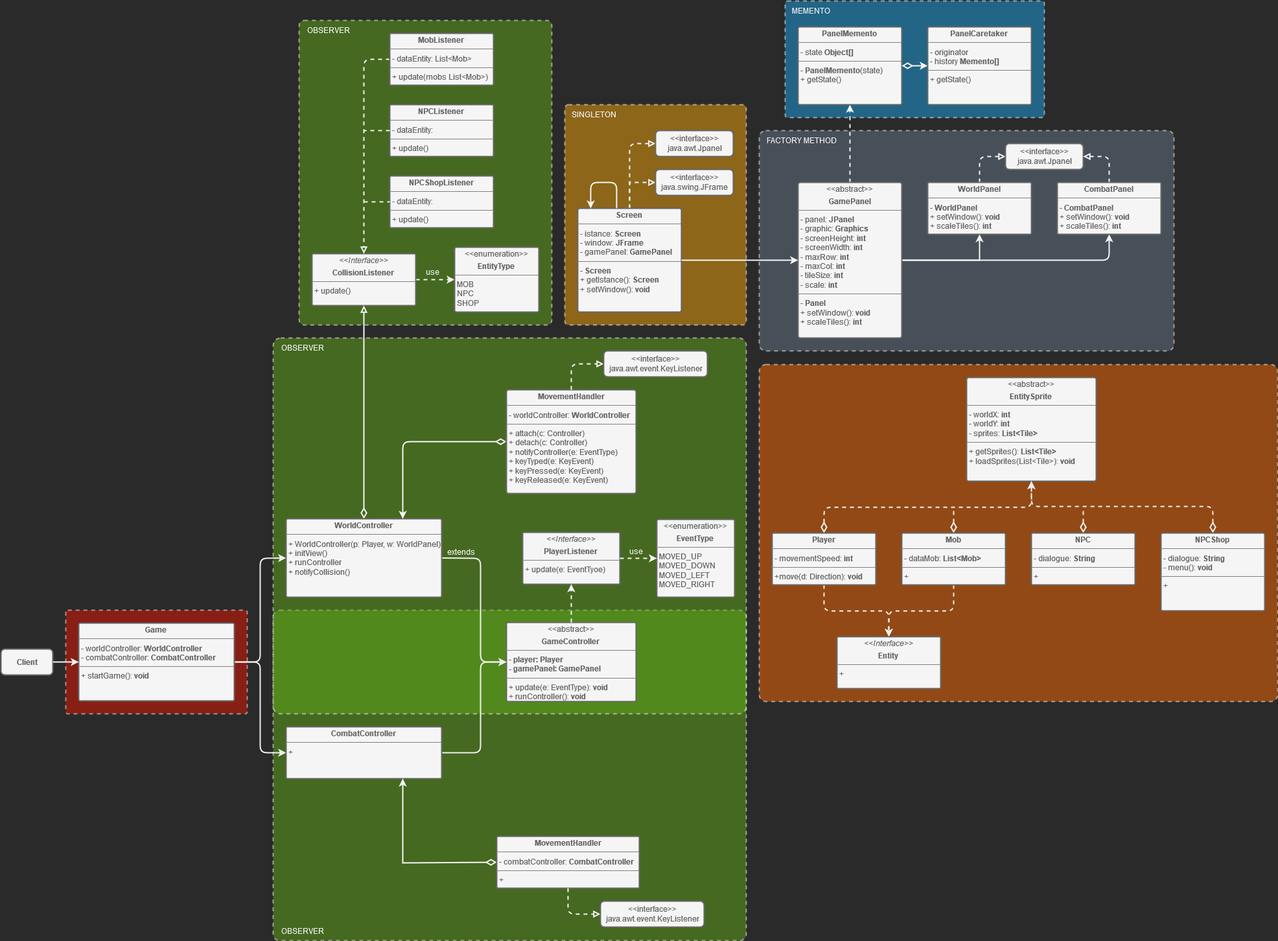
Above: docs/diagrams/Andrea/pattern.drawio.png in weiss25r/Progetto-ISS-2022-2023 (draw.io), before the change. Source tidied: cells renumbered, new cells last; positions are measured from the earlier drawing's top-left corner, leaving out a move shared by most shapes.
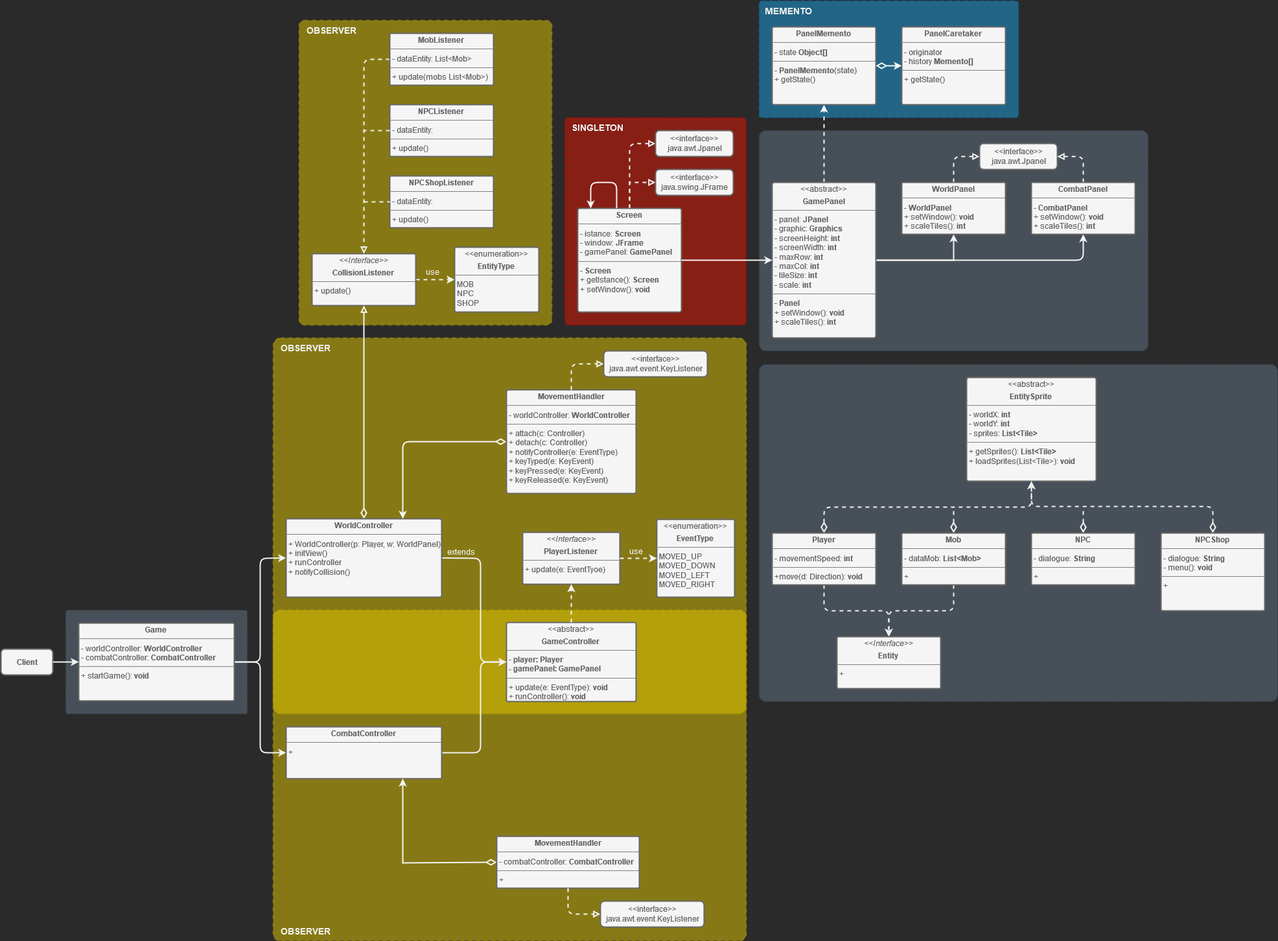
The same file after the commit.

What changed in the source:
```diff
@@ -2,29 +2,29 @@
   <root>
     <mxCell id="0" />
     <mxCell id="1" parent="0" />
-    <mxCell id="2" style="rounded=1;whiteSpace=wrap;html=1;strokeColor=#FFFFFF;strokeWidth=2;arcSize=2;fillColor=#60a917;dashed=1;opacity=50;fontColor=#ffffff;" parent="1" vertex="1">
+    <mxCell id="2" style="rounded=1;whiteSpace=wrap;html=1;strokeColor=#B09500;strokeWidth=2;arcSize=2;fillColor=#e3c800;dashed=1;opacity=50;fontColor=#000000;" parent="1" vertex="1">
       <mxGeometry x="420" y="940" width="730" height="510" as="geometry" />
     </mxCell>
-    <mxCell id="3" style="rounded=1;whiteSpace=wrap;html=1;strokeColor=#FFFFFF;strokeWidth=2;arcSize=2;fillColor=#60a917;dashed=1;opacity=50;fontColor=#ffffff;" parent="1" vertex="1">
+    <mxCell id="3" style="rounded=1;whiteSpace=wrap;html=1;strokeColor=#B09500;strokeWidth=2;arcSize=2;fillColor=#e3c800;dashed=1;opacity=50;fontColor=#000000;" parent="1" vertex="1">
       <mxGeometry x="460" y="30" width="390" height="470" as="geometry" />
     </mxCell>
-    <mxCell id="4" style="rounded=1;whiteSpace=wrap;html=1;strokeColor=#FFFFFF;strokeWidth=2;arcSize=2;fillColor=#60a917;dashed=1;opacity=50;fontColor=#ffffff;" parent="1" vertex="1">
+    <mxCell id="4" style="rounded=1;whiteSpace=wrap;html=1;strokeColor=#B09500;strokeWidth=2;arcSize=2;fillColor=#e3c800;dashed=1;opacity=50;fontColor=#000000;" parent="1" vertex="1">
       <mxGeometry x="420" y="520" width="730" height="580" as="geometry" />
     </mxCell>
-    <mxCell id="5" style="rounded=1;whiteSpace=wrap;html=1;strokeColor=#FFFFFF;strokeWidth=2;arcSize=2;fillColor=#fa6800;dashed=1;opacity=50;fontColor=#000000;" parent="1" vertex="1">
+    <mxCell id="5" style="rounded=1;whiteSpace=wrap;html=1;strokeColor=#314354;strokeWidth=2;arcSize=2;fillColor=#647687;dashed=1;opacity=50;fontColor=#ffffff;" parent="1" vertex="1">
       <mxGeometry x="1170" y="561" width="800" height="520" as="geometry" />
     </mxCell>
-    <mxCell id="6" style="rounded=1;whiteSpace=wrap;html=1;strokeColor=#FFFFFF;strokeWidth=2;arcSize=2;fillColor=#1ba1e2;dashed=1;opacity=50;fontColor=#ffffff;" parent="1" vertex="1">
-      <mxGeometry x="1210" width="400" height="180" as="geometry" />
+    <mxCell id="6" style="rounded=1;whiteSpace=wrap;html=1;strokeColor=#006EAF;strokeWidth=2;arcSize=2;fillColor=#1ba1e2;dashed=1;opacity=50;fontColor=#ffffff;" parent="1" vertex="1">
+      <mxGeometry x="1170" width="400" height="180" as="geometry" />
     </mxCell>
-    <mxCell id="7" style="rounded=1;whiteSpace=wrap;html=1;strokeColor=#FFFFFF;strokeWidth=2;arcSize=2;fillColor=#e51400;dashed=1;opacity=50;fontColor=#ffffff;" parent="1" vertex="1">
+    <mxCell id="7" style="rounded=1;whiteSpace=wrap;html=1;strokeColor=#314354;strokeWidth=2;arcSize=2;fillColor=#647687;dashed=1;opacity=50;fontColor=#ffffff;" parent="1" vertex="1">
       <mxGeometry x="100" y="940" width="280" height="160" as="geometry" />
     </mxCell>
-    <mxCell id="8" style="rounded=1;whiteSpace=wrap;html=1;strokeColor=#FFFFFF;strokeWidth=2;arcSize=3;fillColor=#647687;dashed=1;opacity=50;fontColor=#ffffff;" parent="1" vertex="1">
-      <mxGeometry x="1170" y="200" width="640" height="340" as="geometry" />
+    <mxCell id="8" style="rounded=1;whiteSpace=wrap;html=1;strokeColor=#314354;strokeWidth=2;arcSize=3;fillColor=#647687;dashed=1;opacity=50;fontColor=#ffffff;" parent="1" vertex="1">
+      <mxGeometry x="1170" y="200" width="600" height="340" as="geometry" />
     </mxCell>
-    <mxCell id="9" style="rounded=1;whiteSpace=wrap;html=1;strokeColor=#FFFFFF;strokeWidth=2;arcSize=2;fillColor=#f0a30a;dashed=1;opacity=50;fontColor=#000000;" parent="1" vertex="1">
-      <mxGeometry x="870" y="160" width="280" height="340" as="geometry" />
+    <mxCell id="9" style="rounded=1;whiteSpace=wrap;html=1;strokeColor=#B20000;strokeWidth=2;arcSize=2;fillColor=#e51400;dashed=1;opacity=50;fontColor=#ffffff;" parent="1" vertex="1">
+      <mxGeometry x="870" y="180" width="280" height="320" as="geometry" />
     </mxCell>
     <mxCell id="10" style="edgeStyle=none;rounded=0;jettySize=auto;html=1;exitX=1;exitY=0.5;exitDx=0;exitDy=0;entryX=0;entryY=0.5;entryDx=0;entryDy=0;dashed=1;endArrow=classic;endFill=1;strokeColor=#F5F5F5;strokeWidth=2;startArrow=none;" parent="1" edge="1" source="11" target="52">
       <mxGeometry relative="1" as="geometry" />
@@ -104,34 +104,34 @@
       <mxGeometry relative="1" as="geometry" />
     </mxCell>
     <mxCell id="30" value="&lt;p style=&quot;margin:0px;margin-top:4px;text-align:center;&quot;&gt;&lt;b&gt;WorldPanel&lt;br&gt;&lt;/b&gt;&lt;/p&gt;&lt;hr size=&quot;1&quot;&gt;&lt;p style=&quot;margin:0px;margin-left:4px;&quot;&gt;- &lt;b&gt;WorldPanel&lt;/b&gt;&lt;/p&gt;&lt;p style=&quot;margin:0px;margin-left:4px;&quot;&gt;+&lt;b&gt; &lt;/b&gt;setWindow(): &lt;b&gt;void&lt;br&gt;&lt;/b&gt;&lt;/p&gt;&lt;p style=&quot;margin:0px;margin-left:4px;&quot;&gt;+ scaleTiles(): &lt;b&gt;int&lt;/b&gt;&lt;/p&gt;" style="verticalAlign=top;align=left;overflow=fill;fontSize=12;fontFamily=Helvetica;html=1;rounded=1;arcSize=2;strokeWidth=2;fillColor=#f5f5f5;fontColor=#666666;strokeColor=#666666;labelBorderColor=none;labelBackgroundColor=none;perimeterSpacing=0;" parent="1" vertex="1">
-      <mxGeometry x="1430" y="280" width="160" height="80" as="geometry" />
+      <mxGeometry x="1390" y="280" width="160" height="80" as="geometry" />
     </mxCell>
     <mxCell id="31" value="&lt;div&gt;&lt;font color=&quot;#666666&quot;&gt;&amp;lt;&amp;lt;interface&amp;gt;&amp;gt;&lt;/font&gt;&lt;/div&gt;&lt;div&gt;&lt;font color=&quot;#666666&quot;&gt;java.awt.Jpanel&lt;/font&gt;&lt;/div&gt;" style="html=1;strokeWidth=2;strokeColor=#666666;rounded=1;fillColor=#F5F5F5;" parent="1" vertex="1">
-      <mxGeometry x="1550" y="220" width="120" height="40" as="geometry" />
+      <mxGeometry x="1510" y="220" width="120" height="40" as="geometry" />
     </mxCell>
     <mxCell id="32" style="edgeStyle=orthogonalEdgeStyle;rounded=0;jettySize=auto;html=1;exitX=0.5;exitY=0;exitDx=0;exitDy=0;strokeColor=#F5F5F5;strokeWidth=2;fontColor=#666666;startArrow=none;startFill=0;endArrow=classic;endFill=1;startSize=12;dashed=1;entryX=0.5;entryY=1;entryDx=0;entryDy=0;" parent="1" edge="1" source="33" target="37">
       <mxGeometry relative="1" as="geometry" />
     </mxCell>
     <mxCell id="33" value="&lt;p style=&quot;margin:0px;margin-top:4px;text-align:center;&quot;&gt;&amp;lt;&amp;lt;abstract&amp;gt;&amp;gt;&lt;br&gt;&lt;/p&gt;&lt;p style=&quot;margin:0px;margin-top:4px;text-align:center;&quot;&gt;&lt;b&gt;GamePanel&lt;/b&gt;&lt;/p&gt;&lt;hr size=&quot;1&quot;&gt;&lt;p style=&quot;margin: 0px 0px 0px 4px;&quot;&gt;- panel:&amp;nbsp;&lt;b&gt;JPanel&lt;/b&gt;&lt;b&gt;&lt;/b&gt;&lt;/p&gt;&lt;p style=&quot;margin: 0px 0px 0px 4px;&quot;&gt;- graphic:&lt;b&gt;&amp;nbsp;Graphics&lt;br&gt;&lt;/b&gt;&lt;/p&gt;&lt;p style=&quot;margin: 0px 0px 0px 4px;&quot;&gt;- screenHeight:&amp;nbsp;&lt;b&gt;int&lt;/b&gt;&lt;/p&gt;&lt;p style=&quot;margin: 0px 0px 0px 4px;&quot;&gt;- screenWidth:&amp;nbsp;&lt;b&gt;int&lt;/b&gt;&lt;/p&gt;&lt;p style=&quot;margin: 0px 0px 0px 4px;&quot;&gt;- maxRow:&amp;nbsp;&lt;b&gt;int&lt;/b&gt;&lt;br&gt;&lt;/p&gt;&lt;p style=&quot;margin: 0px 0px 0px 4px;&quot;&gt;- maxCol:&amp;nbsp;&lt;b&gt;int&lt;/b&gt;&lt;/p&gt;&lt;p style=&quot;margin: 0px 0px 0px 4px;&quot;&gt;- tileSize:&amp;nbsp;&lt;b&gt;int&lt;/b&gt;&lt;/p&gt;&lt;p style=&quot;margin: 0px 0px 0px 4px;&quot;&gt;- scale:&amp;nbsp;&lt;b&gt;int&lt;/b&gt;&lt;/p&gt;&lt;hr size=&quot;1&quot;&gt;&lt;p style=&quot;margin:0px;margin-left:4px;&quot;&gt;- &lt;b&gt;Panel&lt;/b&gt;&lt;/p&gt;&lt;p style=&quot;margin:0px;margin-left:4px;&quot;&gt;+&lt;b&gt; &lt;/b&gt;setWindow(): &lt;b&gt;void&lt;br&gt;&lt;/b&gt;&lt;/p&gt;&lt;p style=&quot;margin:0px;margin-left:4px;&quot;&gt;+ scaleTiles(): &lt;b&gt;int&lt;/b&gt;&lt;/p&gt;" style="verticalAlign=top;align=left;overflow=fill;fontSize=12;fontFamily=Helvetica;html=1;rounded=1;arcSize=2;strokeWidth=2;fillColor=#f5f5f5;fontColor=#666666;strokeColor=#666666;labelBorderColor=none;labelBackgroundColor=none;perimeterSpacing=0;" parent="1" vertex="1">
-      <mxGeometry x="1230" y="280" width="160" height="240" as="geometry" />
+      <mxGeometry x="1190" y="280" width="160" height="240" as="geometry" />
     </mxCell>
     <mxCell id="34" style="edgeStyle=orthogonalEdgeStyle;rounded=1;jettySize=auto;html=1;exitX=0.5;exitY=0;exitDx=0;exitDy=0;entryX=1;entryY=0.5;entryDx=0;entryDy=0;strokeColor=#F5F5F5;strokeWidth=2;fontColor=#666666;endArrow=block;endFill=0;dashed=1;" parent="1" edge="1" source="35" target="31">
       <mxGeometry relative="1" as="geometry" />
     </mxCell>
     <mxCell id="35" value="&lt;p style=&quot;margin:0px;margin-top:4px;text-align:center;&quot;&gt;&lt;b style=&quot;text-align: left;&quot;&gt;CombatPanel&lt;/b&gt;&lt;b&gt;&lt;br&gt;&lt;/b&gt;&lt;/p&gt;&lt;hr size=&quot;1&quot;&gt;&lt;p style=&quot;margin:0px;margin-left:4px;&quot;&gt;- &lt;b&gt;CombatPanel&lt;/b&gt;&lt;/p&gt;&lt;p style=&quot;margin:0px;margin-left:4px;&quot;&gt;+&lt;b&gt; &lt;/b&gt;setWindow(): &lt;b&gt;void&lt;br&gt;&lt;/b&gt;&lt;/p&gt;&lt;p style=&quot;margin:0px;margin-left:4px;&quot;&gt;+ scaleTiles(): &lt;b&gt;int&lt;/b&gt;&lt;/p&gt;" style="verticalAlign=top;align=left;overflow=fill;fontSize=12;fontFamily=Helvetica;html=1;rounded=1;arcSize=2;strokeWidth=2;fillColor=#f5f5f5;fontColor=#666666;strokeColor=#666666;labelBorderColor=none;labelBackgroundColor=none;perimeterSpacing=0;" parent="1" vertex="1">
-      <mxGeometry x="1630" y="280" width="160" height="80" as="geometry" />
+      <mxGeometry x="1590" y="280" width="160" height="80" as="geometry" />
     </mxCell>
     <mxCell id="36" style="endArrow=classic;html=1;rounded=1;strokeColor=#F5F5F5;strokeWidth=2;fontColor=#666666;entryX=0;entryY=0.5;entryDx=0;entryDy=0;exitX=1;exitY=0.5;exitDx=0;exitDy=0;" parent="1" edge="1" source="24" target="33">
       <mxGeometry relative="1" as="geometry" />
     </mxCell>
     <mxCell id="37" value="&lt;p style=&quot;margin:0px;margin-top:4px;text-align:center;&quot;&gt;&lt;b&gt;PanelMemento&lt;br&gt;&lt;/b&gt;&lt;/p&gt;&lt;hr size=&quot;1&quot;&gt;&lt;p style=&quot;margin:0px;margin-left:4px;&quot;&gt;- state &lt;b&gt;Object[]&lt;/b&gt;&lt;br&gt;&lt;/p&gt;&lt;hr size=&quot;1&quot;&gt;&lt;p style=&quot;margin:0px;margin-left:4px;&quot;&gt;- &lt;b&gt;PanelMemento&lt;/b&gt;(state)&lt;br&gt;+ getState()&lt;br&gt;&lt;/p&gt;" style="verticalAlign=top;align=left;overflow=fill;fontSize=12;fontFamily=Helvetica;html=1;rounded=1;arcSize=2;strokeWidth=2;fillColor=#f5f5f5;fontColor=#666666;strokeColor=#666666;labelBorderColor=none;labelBackgroundColor=none;perimeterSpacing=0;" parent="1" vertex="1">
-      <mxGeometry x="1230" y="40" width="160" height="120" as="geometry" />
+      <mxGeometry x="1190" y="40" width="160" height="120" as="geometry" />
     </mxCell>
     <mxCell id="38" style="edgeStyle=orthogonalEdgeStyle;rounded=0;jettySize=auto;html=1;exitX=1;exitY=0.5;exitDx=0;exitDy=0;entryX=0;entryY=0.5;entryDx=0;entryDy=0;strokeColor=#F5F5F5;strokeWidth=2;fontColor=#666666;startArrow=diamondThin;startFill=0;endArrow=classic;endFill=1;startSize=12;" parent="1" edge="1" source="37" target="39">
       <mxGeometry relative="1" as="geometry" />
     </mxCell>
     <mxCell id="39" value="&lt;p style=&quot;margin:0px;margin-top:4px;text-align:center;&quot;&gt;&lt;b&gt;PanelCaretaker&lt;br&gt;&lt;/b&gt;&lt;/p&gt;&lt;hr size=&quot;1&quot;&gt;&lt;p style=&quot;margin:0px;margin-left:4px;&quot;&gt;-&amp;nbsp;originator&lt;/p&gt;&lt;p style=&quot;margin:0px;margin-left:4px;&quot;&gt;- history &lt;b&gt;Memento[]&lt;/b&gt;&lt;br&gt;&lt;/p&gt;&lt;hr size=&quot;1&quot;&gt;&lt;p style=&quot;margin:0px;margin-left:4px;&quot;&gt;+ getState()&lt;br&gt;&lt;/p&gt;" style="verticalAlign=top;align=left;overflow=fill;fontSize=12;fontFamily=Helvetica;html=1;rounded=1;arcSize=2;strokeWidth=2;fillColor=#f5f5f5;fontColor=#666666;strokeColor=#666666;labelBorderColor=none;labelBackgroundColor=none;perimeterSpacing=0;" parent="1" vertex="1">
-      <mxGeometry x="1430" y="40" width="160" height="120" as="geometry" />
+      <mxGeometry x="1390" y="40" width="160" height="120" as="geometry" />
     </mxCell>
     <mxCell id="40" value="&lt;p style=&quot;margin:0px;margin-top:4px;text-align:center;&quot;&gt;&lt;b style=&quot;background-color: initial;&quot;&gt;NPCShopListener&lt;/b&gt;&lt;br&gt;&lt;/p&gt;&lt;hr size=&quot;1&quot;&gt;&lt;p style=&quot;margin:0px;margin-left:4px;&quot;&gt;- dataEntity:&amp;nbsp;&lt;/p&gt;&lt;hr size=&quot;1&quot;&gt;&lt;p style=&quot;margin:0px;margin-left:4px;&quot;&gt;+ update()&lt;/p&gt;" style="verticalAlign=top;align=left;overflow=fill;fontSize=12;fontFamily=Helvetica;html=1;rounded=1;arcSize=2;strokeWidth=2;fillColor=#f5f5f5;fontColor=#666666;strokeColor=#666666;labelBorderColor=none;labelBackgroundColor=none;perimeterSpacing=0;" parent="1" vertex="1">
       <mxGeometry x="600" y="270" width="160" height="80" as="geometry" />
@@ -205,17 +205,14 @@
     <mxCell id="57" value="&lt;p style=&quot;margin:0px;margin-top:4px;text-align:center;&quot;&gt;&lt;i&gt;&amp;lt;&amp;lt;Interface&amp;gt;&amp;gt;&lt;/i&gt;&lt;/p&gt;&lt;p style=&quot;margin:0px;margin-top:4px;text-align:center;&quot;&gt;&lt;b&gt;PlayerListener&lt;br&gt;&lt;/b&gt;&lt;/p&gt;&lt;hr size=&quot;1&quot;&gt;&lt;p style=&quot;margin:0px;margin-left:4px;&quot;&gt;+ update(e: EventTyoe)&lt;br&gt;&lt;/p&gt;" style="verticalAlign=top;align=left;overflow=fill;fontSize=12;fontFamily=Helvetica;html=1;rounded=1;arcSize=2;strokeWidth=2;fillColor=#f5f5f5;fontColor=#666666;strokeColor=#666666;labelBorderColor=none;labelBackgroundColor=none;perimeterSpacing=0;" parent="1" vertex="1">
       <mxGeometry x="805" y="820" width="150" height="80" as="geometry" />
     </mxCell>
-    <mxCell id="58" value="SINGLETON" style="text;html=1;align=center;verticalAlign=middle;strokeColor=none;fillColor=none;" parent="1" vertex="1">
-      <mxGeometry x="870" y="160" width="90" height="30" as="geometry" />
+    <mxCell id="58" value="SINGLETON" style="text;html=1;align=center;verticalAlign=middle;strokeColor=none;fillColor=none;fontSize=14;fontStyle=1;" parent="1" vertex="1">
+      <mxGeometry x="870" y="180" width="100" height="30" as="geometry" />
     </mxCell>
-    <mxCell id="59" value="MEMENTO" style="text;html=1;align=center;verticalAlign=middle;strokeColor=none;fillColor=none;" parent="1" vertex="1">
-      <mxGeometry x="1210" width="80" height="30" as="geometry" />
+    <mxCell id="59" value="MEMENTO" style="text;html=1;align=center;verticalAlign=middle;strokeColor=none;fillColor=none;fontSize=14;fontStyle=1;" parent="1" vertex="1">
+      <mxGeometry x="1165" width="100" height="30" as="geometry" />
     </mxCell>
-    <mxCell id="60" value="FACTORY METHOD" style="text;html=1;align=center;verticalAlign=middle;strokeColor=none;fillColor=none;" parent="1" vertex="1">
-      <mxGeometry x="1170" y="200" width="130" height="30" as="geometry" />
-    </mxCell>
-    <mxCell id="61" value="OBSERVER" style="text;html=1;align=center;verticalAlign=middle;strokeColor=none;fillColor=none;" parent="1" vertex="1">
-      <mxGeometry x="420" y="520" width="90" height="30" as="geometry" />
+    <mxCell id="61" value="OBSERVER" style="text;html=1;align=center;verticalAlign=middle;strokeColor=none;fillColor=none;fontSize=14;fontStyle=1;" parent="1" vertex="1">
+      <mxGeometry x="420" y="520" width="100" height="30" as="geometry" />
     </mxCell>
     <mxCell id="62" style="edgeStyle=orthogonalEdgeStyle;rounded=1;jettySize=auto;html=1;exitX=0.5;exitY=0;exitDx=0;exitDy=0;entryX=0.5;entryY=1;entryDx=0;entryDy=0;dashed=1;strokeWidth=2;startArrow=diamondThin;startFill=0;endArrow=classic;endFill=1;startSize=12;" parent="1" edge="1" source="63" target="44">
       <mxGeometry relative="1" as="geometry">
@@ -290,11 +287,11 @@
     <mxCell id="78" value="use" style="text;html=1;align=center;verticalAlign=middle;strokeColor=none;fillColor=none;" parent="1" vertex="1">
       <mxGeometry x="646" y="403" width="40" height="30" as="geometry" />
     </mxCell>
-    <mxCell id="79" value="OBSERVER" style="text;html=1;align=center;verticalAlign=middle;strokeColor=none;fillColor=none;" parent="1" vertex="1">
-      <mxGeometry x="460" y="30" width="90" height="30" as="geometry" />
+    <mxCell id="79" value="OBSERVER" style="text;html=1;align=center;verticalAlign=middle;strokeColor=none;fillColor=none;fontSize=14;fontStyle=1;" parent="1" vertex="1">
+      <mxGeometry x="460" y="30" width="100" height="30" as="geometry" />
     </mxCell>
-    <mxCell id="80" value="OBSERVER" style="text;html=1;align=center;verticalAlign=middle;strokeColor=none;fillColor=none;" parent="1" vertex="1">
-      <mxGeometry x="420" y="1420" width="90" height="30" as="geometry" />
+    <mxCell id="80" value="OBSERVER" style="text;html=1;align=center;verticalAlign=middle;strokeColor=none;fillColor=none;fontSize=14;fontStyle=1;" parent="1" vertex="1">
+      <mxGeometry x="420" y="1420" width="100" height="30" as="geometry" />
     </mxCell>
     <mxCell id="81" value="&lt;p style=&quot;margin:0px;margin-top:4px;text-align:center;&quot;&gt;&lt;i&gt;&amp;lt;&amp;lt;Interface&amp;gt;&amp;gt;&lt;/i&gt;&lt;/p&gt;&lt;p style=&quot;margin:0px;margin-top:4px;text-align:center;&quot;&gt;&lt;b&gt;Entity&lt;br&gt;&lt;/b&gt;&lt;/p&gt;&lt;hr size=&quot;1&quot;&gt;&lt;p style=&quot;margin:0px;margin-left:4px;&quot;&gt;&lt;span style=&quot;background-color: initial;&quot;&gt;+&amp;nbsp;&lt;/span&gt;&lt;/p&gt;" style="verticalAlign=top;align=left;overflow=fill;fontSize=12;fontFamily=Helvetica;html=1;rounded=1;arcSize=2;strokeWidth=2;fillColor=#f5f5f5;fontColor=#666666;strokeColor=#666666;labelBorderColor=none;labelBackgroundColor=none;perimeterSpacing=0;" parent="1" vertex="1">
       <mxGeometry x="1290" y="981" width="160" height="80" as="geometry" />
```
